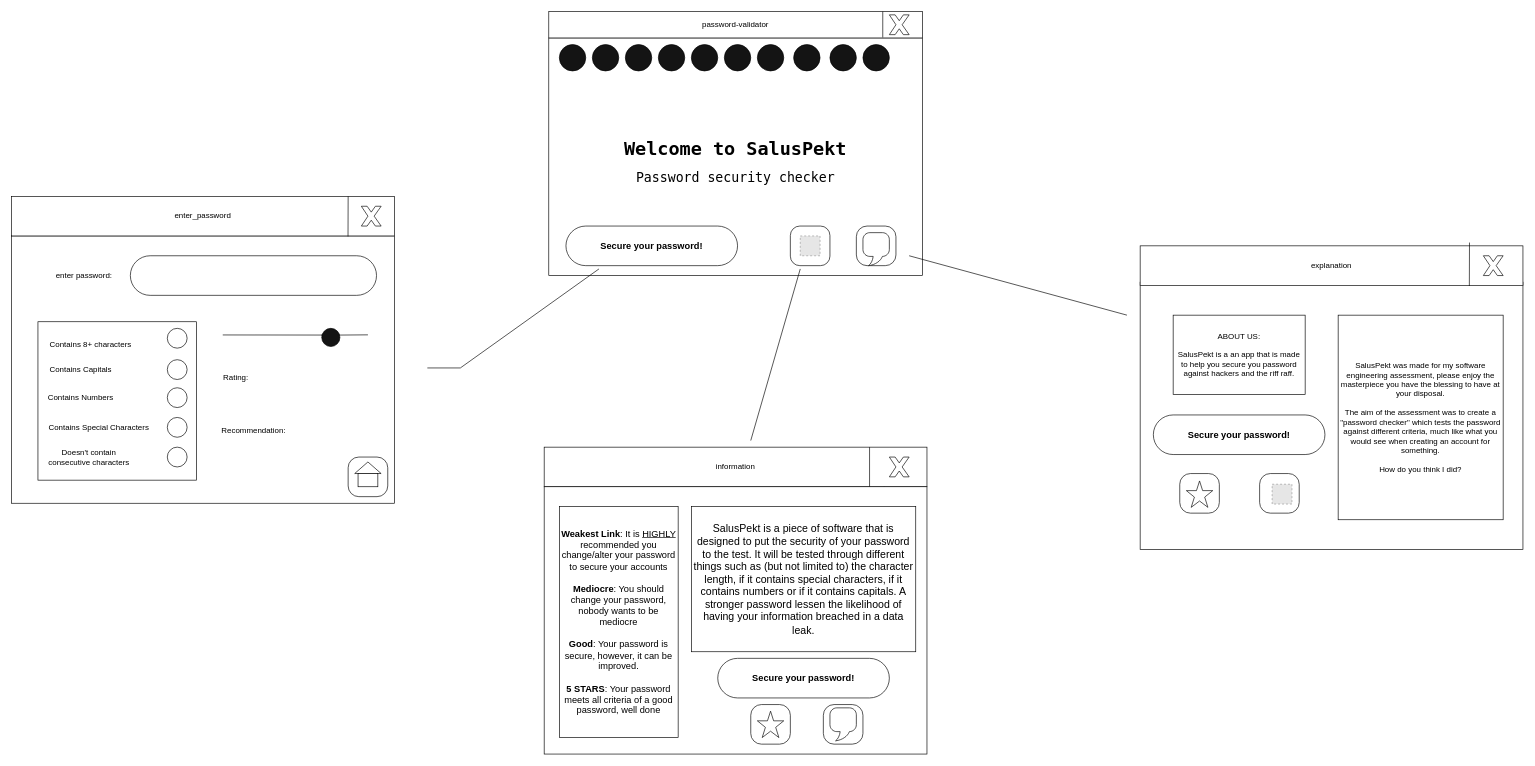
This is storyboard.drawio from theycallmecooper/password-checker, a draw.io file, before an edit. Source tidied: cells renumbered, new cells numbered last; positions are measured from the earlier drawing's top-left corner, leaving out a move shared by most shapes. Both pictures are drawn from the tidied source at 66%, with x=0, y=0 at pixel (11, 11). Pictures stored in the file or linked from it are replaced by grey dashed boxes.
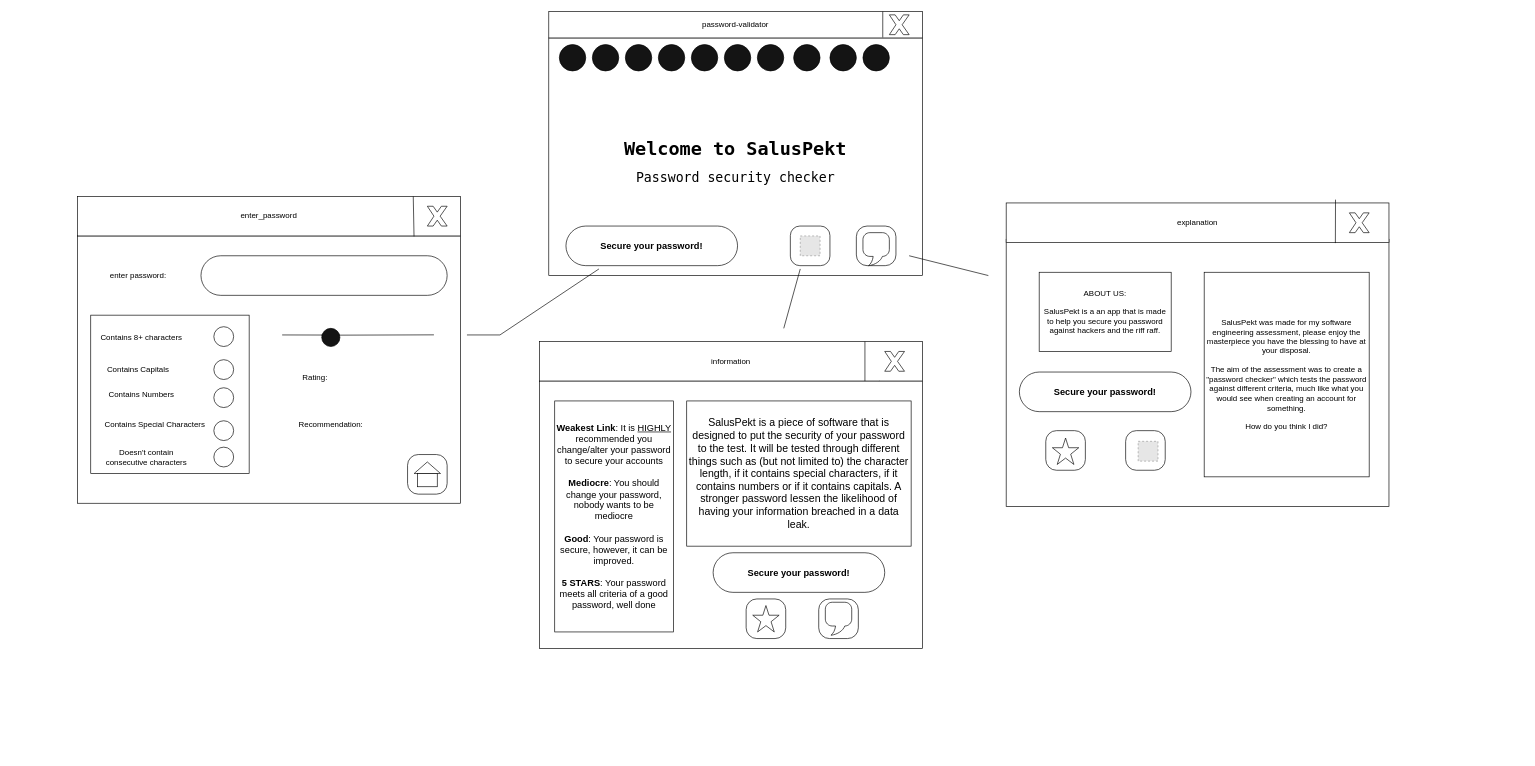
The same page after the edit.

Unchanged cells that the change refers to:
```xml
<mxCell id="59" style="ellipse;whiteSpace=wrap;html=1;fillColor=#141414;" parent="1" vertex="1">
  <mxGeometry x="470" y="480" width="27.5" height="27.5" as="geometry" />
</mxCell>
```

The edit, as a diff of the source:
```diff
@@
     <mxCell id="21" style="endArrow=none;html=1;rounded=0;" parent="1" edge="1">
       <mxGeometry relative="1" as="geometry">
-        <mxPoint x="680" y="540" as="sourcePoint" />
+        <mxPoint x="740" y="490" as="sourcePoint" />
         <mxPoint x="890" y="390" as="targetPoint" />
       </mxGeometry>
     </mxCell>
     <mxCell id="22" style="endArrow=none;html=1;rounded=0;" parent="1" edge="1">
       <mxGeometry relative="1" as="geometry">
-        <mxPoint x="680" y="540" as="sourcePoint" />
-        <mxPoint x="630" y="540" as="targetPoint" />
+        <mxPoint x="740" y="490" as="sourcePoint" />
+        <mxPoint x="690" y="490" as="targetPoint" />
       </mxGeometry>
     </mxCell>
     <mxCell id="23" style="rounded=0;whiteSpace=wrap;html=1;" parent="1" vertex="1">
-      <mxGeometry y="340" width="580" height="405" as="geometry" />
+      <mxGeometry x="100" y="340" width="580" height="405" as="geometry" />
     </mxCell>
     <mxCell id="24" value="enter_password" style="rounded=0;whiteSpace=wrap;html=1;" parent="1" vertex="1">
-      <mxGeometry y="280" width="580" height="60" as="geometry" />
+      <mxGeometry x="100" y="280" width="580" height="60" as="geometry" />
     </mxCell>
-    <mxCell id="25" style="endArrow=none;html=1;rounded=0;exitX=0.879;exitY=1.012;exitDx=0;exitDy=0;exitPerimeter=0;" parent="1" edge="1" source="24">
-      <mxGeometry relative="1" as="geometry">
-        <mxPoint x="510" y="280" as="targetPoint" />
-      </mxGeometry>
+    <mxCell id="25" style="endArrow=none;html=1;rounded=0;exitX=0.879;exitY=1.012;exitDx=0;exitDy=0;exitPerimeter=0;entryX=0.877;entryY=0.002;entryDx=0;entryDy=0;entryPerimeter=0;" parent="1" edge="1" source="24" target="24">
+      <mxGeometry relative="1" as="geometry" />
     </mxCell>
     <mxCell id="26" style="verticalLabelPosition=bottom;verticalAlign=top;html=1;shape=mxgraph.basic.x;" parent="1" vertex="1">
-      <mxGeometry x="530" y="295" width="30" height="30" as="geometry" />
+      <mxGeometry x="630" y="295" width="30" height="30" as="geometry" />
     </mxCell>
     <mxCell id="27" style="endArrow=none;html=1;rounded=0;" parent="1" edge="1">
       <mxGeometry relative="1" as="geometry">
-        <mxPoint x="1120" y="650" as="sourcePoint" />
+        <mxPoint x="1170" y="480" as="sourcePoint" />
         <mxPoint x="1195" y="390" as="targetPoint" />
       </mxGeometry>
     </mxCell>
     <mxCell id="28" value="information" style="rounded=0;whiteSpace=wrap;html=1;" parent="1" vertex="1">
-      <mxGeometry x="807" y="660" width="580" height="60" as="geometry" />
+      <mxGeometry x="800" y="500" width="580" height="60" as="geometry" />
     </mxCell>
     <mxCell id="29" style="endArrow=none;html=1;rounded=0;exitX=0.879;exitY=1.012;exitDx=0;exitDy=0;exitPerimeter=0;" parent="1" edge="1">
       <mxGeometry relative="1" as="geometry">
-        <mxPoint x="1300" y="721" as="sourcePoint" />
-        <mxPoint x="1300" y="660" as="targetPoint" />
+        <mxPoint x="1293" y="561" as="sourcePoint" />
+        <mxPoint x="1293" y="500" as="targetPoint" />
       </mxGeometry>
     </mxCell>
     <mxCell id="30" style="verticalLabelPosition=bottom;verticalAlign=top;html=1;shape=mxgraph.basic.x;" parent="1" vertex="1">
-      <mxGeometry x="1330" y="675" width="30" height="30" as="geometry" />
+      <mxGeometry x="1323" y="515" width="30" height="30" as="geometry" />
     </mxCell>
     <mxCell id="31" style="endArrow=none;html=1;rounded=0;" parent="1" edge="1">
       <mxGeometry relative="1" as="geometry">
         <mxPoint x="1360" y="370" as="sourcePoint" />
-        <mxPoint x="1690" y="460" as="targetPoint" />
+        <mxPoint x="1480" y="400" as="targetPoint" />
       </mxGeometry>
     </mxCell>
     <mxCell id="32" style="rounded=0;whiteSpace=wrap;html=1;" parent="1" vertex="1">
-      <mxGeometry x="1710" y="410" width="580" height="405" as="geometry" />
+      <mxGeometry x="1507" y="345" width="580" height="405" as="geometry" />
     </mxCell>
     <mxCell id="33" value="explanation" style="rounded=0;whiteSpace=wrap;html=1;" parent="1" vertex="1">
-      <mxGeometry x="1710" y="355" width="580" height="60" as="geometry" />
+      <mxGeometry x="1507" y="290" width="580" height="60" as="geometry" />
     </mxCell>
     <mxCell id="34" style="endArrow=none;html=1;rounded=0;exitX=0.86;exitY=1.014;exitDx=0;exitDy=0;exitPerimeter=0;" parent="1" edge="1" source="33">
       <mxGeometry relative="1" as="geometry">
-        <mxPoint x="2209" y="350" as="targetPoint" />
+        <mxPoint x="2006" y="285" as="targetPoint" />
       </mxGeometry>
     </mxCell>
     <mxCell id="35" style="endArrow=none;html=1;rounded=0;exitX=0.879;exitY=1.012;exitDx=0;exitDy=0;exitPerimeter=0;" parent="1" edge="1" target="36">
       <mxGeometry relative="1" as="geometry">
-        <mxPoint x="1310" y="731" as="sourcePoint" />
+        <mxPoint x="1303" y="571" as="sourcePoint" />
       </mxGeometry>
     </mxCell>
     <mxCell id="36" style="rounded=0;whiteSpace=wrap;html=1;" parent="1" vertex="1">
-      <mxGeometry x="807" y="720" width="580" height="405" as="geometry" />
+      <mxGeometry x="800" y="560" width="580" height="405" as="geometry" />
     </mxCell>
     <mxCell id="37" style="verticalLabelPosition=bottom;verticalAlign=top;html=1;shape=mxgraph.basic.x;" parent="1" vertex="1">
-      <mxGeometry x="2230" y="370" width="30" height="30" as="geometry" />
+      <mxGeometry x="2027" y="305" width="30" height="30" as="geometry" />
     </mxCell>
     <mxCell id="38" value="&lt;font style=&quot;font-size: 14px;&quot;&gt;&lt;b style=&quot;&quot;&gt;Weakest Link&lt;/b&gt;: It is &lt;u style=&quot;&quot;&gt;HIGHLY&lt;/u&gt; recommended you change/alter your password to secure your accounts&lt;/font&gt;&lt;div style=&quot;font-size: 14px;&quot;&gt;&lt;font style=&quot;font-size: 14px;&quot;&gt;&lt;br&gt;&lt;/font&gt;&lt;/div&gt;&lt;div style=&quot;font-size: 14px;&quot;&gt;&lt;font style=&quot;font-size: 14px;&quot;&gt;&lt;b&gt;Mediocre&lt;/b&gt;: You should change your password, nobody wants to be mediocre&lt;/font&gt;&lt;/div&gt;&lt;div style=&quot;font-size: 14px;&quot;&gt;&lt;font style=&quot;font-size: 14px;&quot;&gt;&lt;br&gt;&lt;/font&gt;&lt;/div&gt;&lt;div style=&quot;font-size: 14px;&quot;&gt;&lt;font style=&quot;font-size: 14px;&quot;&gt;&lt;b&gt;Good&lt;/b&gt;: Your password is secure, however, it can be improved.&lt;/font&gt;&lt;/div&gt;&lt;div style=&quot;font-size: 14px;&quot;&gt;&lt;font style=&quot;font-size: 14px;&quot;&gt;&lt;br&gt;&lt;/font&gt;&lt;/div&gt;&lt;div style=&quot;font-size: 14px;&quot;&gt;&lt;font style=&quot;font-size: 14px;&quot;&gt;&lt;b style=&quot;&quot;&gt;5 STARS&lt;/b&gt;: Your password meets all criteria of a good password, well done&lt;/font&gt;&lt;/div&gt;" style="rounded=0;whiteSpace=wrap;html=1;" parent="1" vertex="1">
-      <mxGeometry x="830" y="750" width="180" height="350" as="geometry" />
+      <mxGeometry x="823" y="590" width="180" height="350" as="geometry" />
     </mxCell>
     <mxCell id="39" value="&lt;font style=&quot;font-size: 16px;&quot;&gt;SalusPekt is a piece of software that is designed to put the security of your password to the test. It will be tested through different things such as (but not limited to) the character length, if it contains special characters, if it contains numbers or if it contains capitals. A stronger password lessen the likelihood of having your information breached in a data leak.&lt;/font&gt;" style="rounded=0;whiteSpace=wrap;html=1;" parent="1" vertex="1">
-      <mxGeometry x="1030" y="750" width="340" height="220" as="geometry" />
+      <mxGeometry x="1023" y="590" width="340" height="220" as="geometry" />
     </mxCell>
     <mxCell id="40" value="&lt;font style=&quot;font-size: 14px;&quot;&gt;&lt;b&gt;Secure your password!&lt;/b&gt;&lt;/font&gt;" style="rounded=1;whiteSpace=wrap;html=1;arcSize=50;" parent="1" vertex="1">
-      <mxGeometry x="1070" y="980" width="260" height="60" as="geometry" />
+      <mxGeometry x="1063" y="820" width="260" height="60" as="geometry" />
     </mxCell>
     <mxCell id="41" style="whiteSpace=wrap;html=1;rounded=1;arcSize=27;" parent="1" vertex="1">
-      <mxGeometry x="1120" y="1050" width="60" height="60" as="geometry" />
+      <mxGeometry x="1113" y="890" width="60" height="60" as="geometry" />
     </mxCell>
     <mxCell id="42" style="whiteSpace=wrap;html=1;rounded=1;arcSize=27;" parent="1" vertex="1">
-      <mxGeometry x="1230" y="1050" width="60" height="60" as="geometry" />
+      <mxGeometry x="1223" y="890" width="60" height="60" as="geometry" />
     </mxCell>
     <mxCell id="43" style="whiteSpace=wrap;html=1;shape=mxgraph.basic.roundRectCallout;dx=31.6;dy=14;size=10.5;boundedLbl=1;" parent="1" vertex="1">
-      <mxGeometry x="1240" y="1055" width="40" height="50" as="geometry" />
+      <mxGeometry x="1233" y="895" width="40" height="50" as="geometry" />
     </mxCell>
     <mxCell id="44" style="verticalLabelPosition=bottom;verticalAlign=top;html=1;shape=mxgraph.basic.star;" parent="1" vertex="1">
-      <mxGeometry x="1130" y="1060" width="40" height="40" as="geometry" />
+      <mxGeometry x="1123" y="900" width="40" height="40" as="geometry" />
     </mxCell>
     <mxCell id="45" style="rounded=1;whiteSpace=wrap;html=1;arcSize=50;" parent="1" vertex="1">
-      <mxGeometry x="180" y="370" width="373" height="60" as="geometry" />
+      <mxGeometry x="287" y="370" width="373" height="60" as="geometry" />
     </mxCell>
     <mxCell id="46" value="enter password:" style="text;html=1;align=center;verticalAlign=middle;whiteSpace=wrap;rounded=0;" parent="1" vertex="1">
-      <mxGeometry x="60" y="385" width="100" height="30" as="geometry" />
+      <mxGeometry x="142" y="385" width="100" height="30" as="geometry" />
     </mxCell>
     <mxCell id="47" style="rounded=0;whiteSpace=wrap;html=1;" parent="1" vertex="1">
-      <mxGeometry x="40" y="470" width="240" height="240" as="geometry" />
+      <mxGeometry x="120" y="460" width="240" height="240" as="geometry" />
     </mxCell>
     <mxCell id="48" style="ellipse;whiteSpace=wrap;html=1;" parent="1" vertex="1">
-      <mxGeometry x="236" y="480" width="30" height="30" as="geometry" />
+      <mxGeometry x="306.5" y="477.5" width="30" height="30" as="geometry" />
     </mxCell>
     <mxCell id="49" value="Contains Capitals" style="text;html=1;align=center;verticalAlign=middle;whiteSpace=wrap;rounded=0;" parent="1" vertex="1">
-      <mxGeometry x="50" y="527.5" width="110" height="30" as="geometry" />
+      <mxGeometry x="137" y="527.5" width="110" height="30" as="geometry" />
     </mxCell>
     <mxCell id="50" value="Contains Special Characters" style="text;html=1;align=center;verticalAlign=middle;whiteSpace=wrap;rounded=0;" parent="1" vertex="1">
-      <mxGeometry x="55" y="615" width="155" height="30" as="geometry" />
+      <mxGeometry x="140" y="611.2" width="155" height="30" as="geometry" />
     </mxCell>
     <mxCell id="51" value="Contains Numbers" style="text;html=1;align=center;verticalAlign=middle;whiteSpace=wrap;rounded=0;" parent="1" vertex="1">
-      <mxGeometry x="50" y="570" width="110" height="30" as="geometry" />
+      <mxGeometry x="142" y="565" width="110" height="30" as="geometry" />
     </mxCell>
     <mxCell id="52" value="Contains 8+ characters" style="text;html=1;align=center;verticalAlign=middle;whiteSpace=wrap;rounded=0;" parent="1" vertex="1">
-      <mxGeometry x="50" y="490" width="140" height="30" as="geometry" />
+      <mxGeometry x="127" y="478.8" width="140" height="30" as="geometry" />
     </mxCell>
     <mxCell id="53" style="ellipse;whiteSpace=wrap;html=1;" parent="1" vertex="1">
-      <mxGeometry x="236" y="527.5" width="30" height="30" as="geometry" />
+      <mxGeometry x="306.5" y="527.5" width="30" height="30" as="geometry" />
     </mxCell>
     <mxCell id="54" style="ellipse;whiteSpace=wrap;html=1;" parent="1" vertex="1">
-      <mxGeometry x="236" y="570" width="30" height="30" as="geometry" />
+      <mxGeometry x="306.5" y="570" width="30" height="30" as="geometry" />
     </mxCell>
     <mxCell id="55" style="ellipse;whiteSpace=wrap;html=1;" parent="1" vertex="1">
-      <mxGeometry x="236" y="615" width="30" height="30" as="geometry" />
+      <mxGeometry x="306.5" y="620" width="30" height="30" as="geometry" />
     </mxCell>
     <mxCell id="56" style="ellipse;whiteSpace=wrap;html=1;" parent="1" vertex="1">
-      <mxGeometry x="236" y="660" width="30" height="30" as="geometry" />
+      <mxGeometry x="306.5" y="660" width="30" height="30" as="geometry" />
     </mxCell>
@@
     <mxCell id="58" style="endArrow=none;html=1;rounded=0;entryX=0.931;entryY=0.37;entryDx=0;entryDy=0;entryPerimeter=0;" parent="1" edge="1" target="59">
       <mxGeometry relative="1" as="geometry">
-        <mxPoint x="320" y="490" as="sourcePoint" />
+        <mxPoint x="410" y="490" as="sourcePoint" />
       </mxGeometry>
     </mxCell>
@@
     <mxCell id="60" value="Rating:" style="text;html=1;align=center;verticalAlign=middle;whiteSpace=wrap;rounded=0;" parent="1" vertex="1">
-      <mxGeometry x="310" y="540" width="60" height="30" as="geometry" />
+      <mxGeometry x="430" y="540" width="60" height="30" as="geometry" />
     </mxCell>
     <mxCell id="61" value="Recommendation:" style="text;html=1;align=center;verticalAlign=middle;whiteSpace=wrap;rounded=0;" parent="1" vertex="1">
-      <mxGeometry x="336.5" y="620" width="60" height="30" as="geometry" />
+      <mxGeometry x="453.8" y="611.2" width="60" height="30" as="geometry" />
     </mxCell>
     <mxCell id="62" value="Doesn't contain consecutive characters" style="text;html=1;align=center;verticalAlign=middle;whiteSpace=wrap;rounded=0;" parent="1" vertex="1">
-      <mxGeometry x="55" y="660" width="125" height="30" as="geometry" />
+      <mxGeometry x="142" y="660" width="125" height="30" as="geometry" />
     </mxCell>
     <mxCell id="63" style="whiteSpace=wrap;html=1;rounded=1;arcSize=27;" parent="1" vertex="1">
-      <mxGeometry x="510" y="675" width="60" height="60" as="geometry" />
+      <mxGeometry x="600" y="671.2" width="60" height="60" as="geometry" />
     </mxCell>
     <mxCell id="64" style="triangle;whiteSpace=wrap;html=1;rotation=-90;" parent="1" vertex="1">
-      <mxGeometry x="531.2" y="671.2" width="17.5" height="40" as="geometry" />
+      <mxGeometry x="621.2" y="671.2" width="17.5" height="40" as="geometry" />
     </mxCell>
     <mxCell id="65" style="rounded=0;whiteSpace=wrap;html=1;" parent="1" vertex="1">
-      <mxGeometry x="525" y="700" width="30" height="20" as="geometry" />
+      <mxGeometry x="615" y="700" width="30" height="20" as="geometry" />
     </mxCell>
     <mxCell id="66" value="ABOUT US:&lt;div&gt;&lt;br&gt;&lt;/div&gt;&lt;div&gt;SalusPekt is a an app that is made to help you secure you password against hackers and the riff raff.&lt;/div&gt;" style="rounded=0;whiteSpace=wrap;html=1;" parent="1" vertex="1">
-      <mxGeometry x="1760" y="460" width="200" height="120" as="geometry" />
+      <mxGeometry x="1557" y="395" width="200" height="120" as="geometry" />
     </mxCell>
     <mxCell id="67" value="SalusPekt was made for my software engineering assessment, please enjoy the masterpiece you have the blessing to have at your disposal.&lt;div&gt;&lt;br&gt;&lt;/div&gt;&lt;div&gt;The aim of the assessment was to create a &quot;password checker&quot; which tests the password against different criteria, much like what you would see when creating an account for something.&lt;/div&gt;&lt;div&gt;&lt;br&gt;&lt;/div&gt;&lt;div&gt;How do you think I did?&lt;/div&gt;" style="rounded=0;whiteSpace=wrap;html=1;" parent="1" vertex="1">
-      <mxGeometry x="2010" y="460" width="250" height="310" as="geometry" />
+      <mxGeometry x="1807" y="395" width="250" height="310" as="geometry" />
     </mxCell>
     <mxCell id="68" value="&lt;font style=&quot;font-size: 14px;&quot;&gt;&lt;b&gt;Secure your password!&lt;/b&gt;&lt;/font&gt;" style="rounded=1;whiteSpace=wrap;html=1;arcSize=50;" parent="1" vertex="1">
-      <mxGeometry x="1730" y="611.2" width="260" height="60" as="geometry" />
+      <mxGeometry x="1527" y="546.2" width="260" height="60" as="geometry" />
     </mxCell>
     <mxCell id="69" style="whiteSpace=wrap;html=1;rounded=1;arcSize=27;" parent="1" vertex="1">
-      <mxGeometry x="1770" y="700" width="60" height="60" as="geometry" />
+      <mxGeometry x="1567" y="635" width="60" height="60" as="geometry" />
     </mxCell>
     <mxCell id="70" style="whiteSpace=wrap;html=1;rounded=1;arcSize=27;" parent="1" vertex="1">
-      <mxGeometry x="1891" y="700" width="60" height="60" as="geometry" />
+      <mxGeometry x="1688" y="635" width="60" height="60" as="geometry" />
     </mxCell>
     <mxCell id="71" style="verticalLabelPosition=bottom;verticalAlign=top;html=1;shape=mxgraph.basic.star;" parent="1" vertex="1">
-      <mxGeometry x="1780" y="711.2" width="40" height="40" as="geometry" />
+      <mxGeometry x="1577" y="646.2" width="40" height="40" as="geometry" />
     </mxCell>
     <mxCell id="72" style="fillColor=#E6E6E6;strokeColor=#999999;dashed=1;verticalLabelPosition=bottom;labelBackgroundColor=default;verticalAlign=top;" parent="1" vertex="1">
-      <mxGeometry x="1910" y="716.2" width="30" height="30" as="geometry" />
+      <mxGeometry x="1707" y="651.2" width="30" height="30" as="geometry" />
     </mxCell>
```
